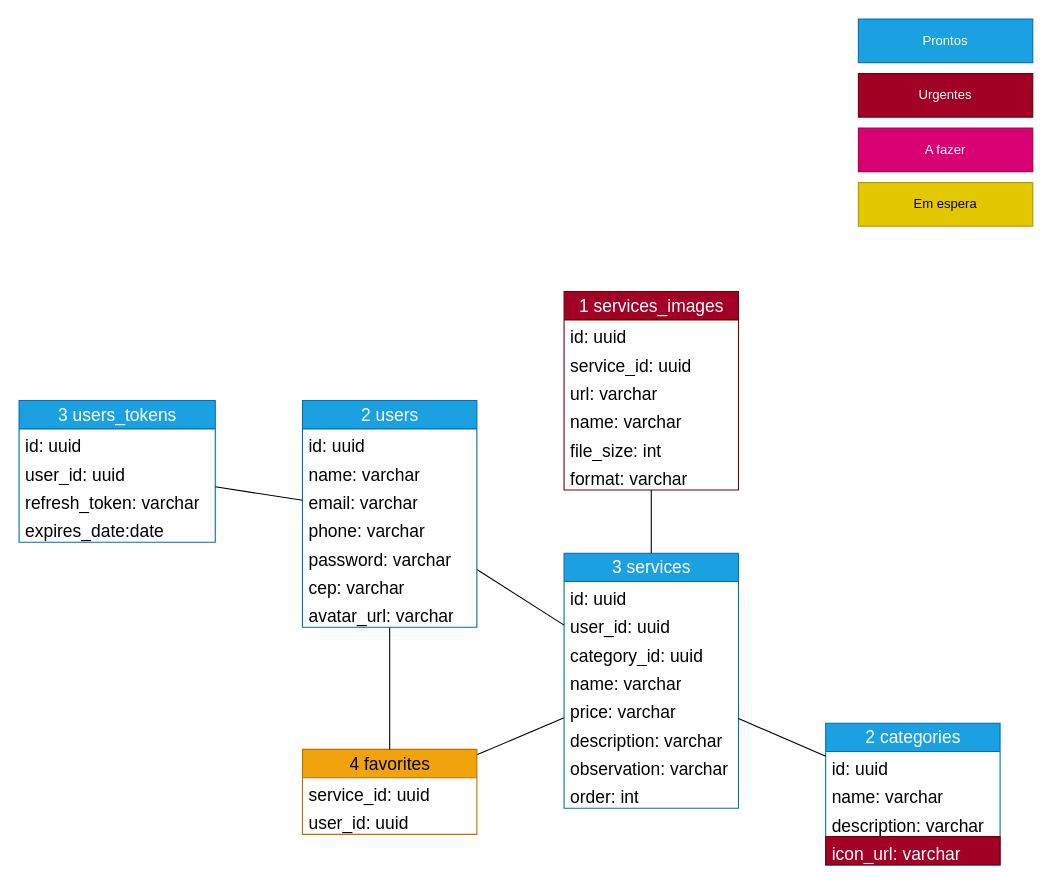
GabrielMarquesGithub/work-wave-backend keeps this draw.io diagram as docs/database-model.drawio. Above is the earlier version. Source tidied: cells renumbered, new cells numbered last; positions are measured from the earlier drawing's top-left corner, leaving out a move shared by most shapes. Both pictures are drawn from the tidied source at 109%, with x=0, y=0 at pixel (19, 19).
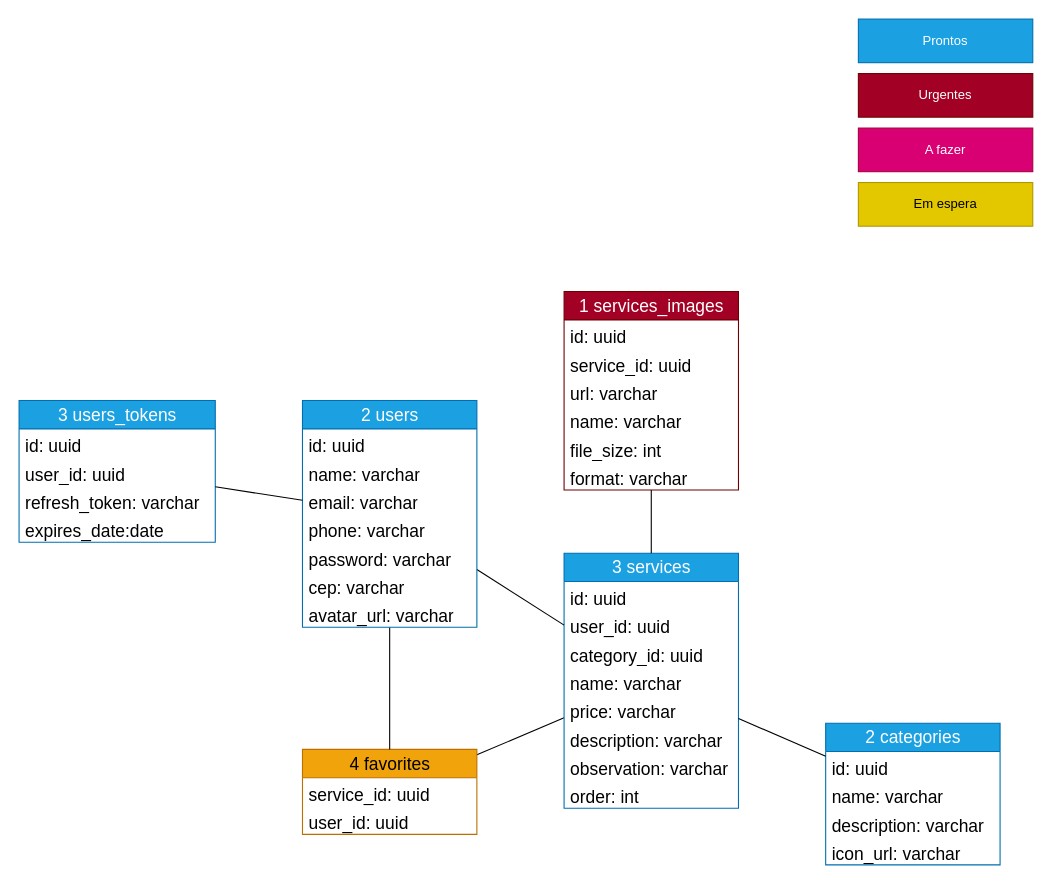
The same diagram, later.

Unchanged cells that the change refers to:
```xml
<mxCell id="25" value="2 categories" style="swimlane;fontStyle=0;horizontal=1;startSize=26;fillColor=#1ba1e2;html=1;fontSize=16;fontColor=#ffffff;strokeColor=#006EAF;" parent="1" vertex="1">
  <mxGeometry x="740" y="646" width="160" height="130" as="geometry" />
</mxCell>
```

Diff of the diagram source:
```diff
@@
-    <mxCell id="29" value="icon_url: varchar" style="text;strokeColor=#6F0000;fillColor=#a20025;align=left;verticalAlign=top;spacingLeft=4;spacingRight=4;overflow=hidden;whiteSpace=wrap;html=1;fontSize=16;fontColor=#ffffff;" parent="25" vertex="1">
+    <mxCell id="29" value="icon_url: varchar" style="text;align=left;verticalAlign=top;spacingLeft=4;spacingRight=4;overflow=hidden;whiteSpace=wrap;html=1;fontSize=16;" parent="25" vertex="1">
       <mxGeometry y="104" width="160" height="26" as="geometry" />
     </mxCell>
```
